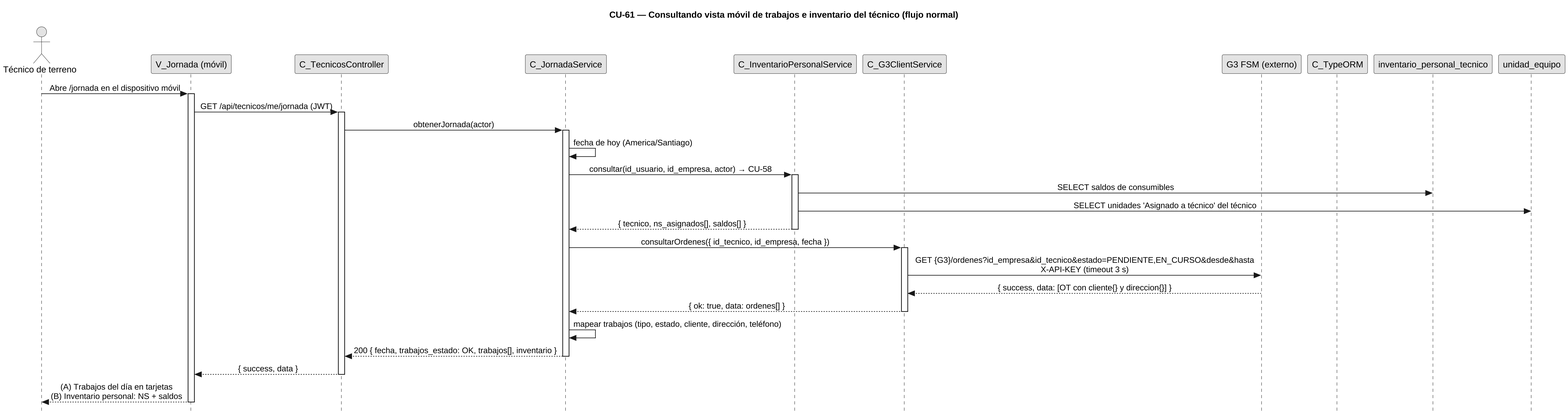
The PlantUML diagram diagramas/diagramas-secuencia/CU61/CU61-normal.png in FSM-Finet-y-Cable-Magico/Team_1-Inventario-y-Bodega, before a commit.
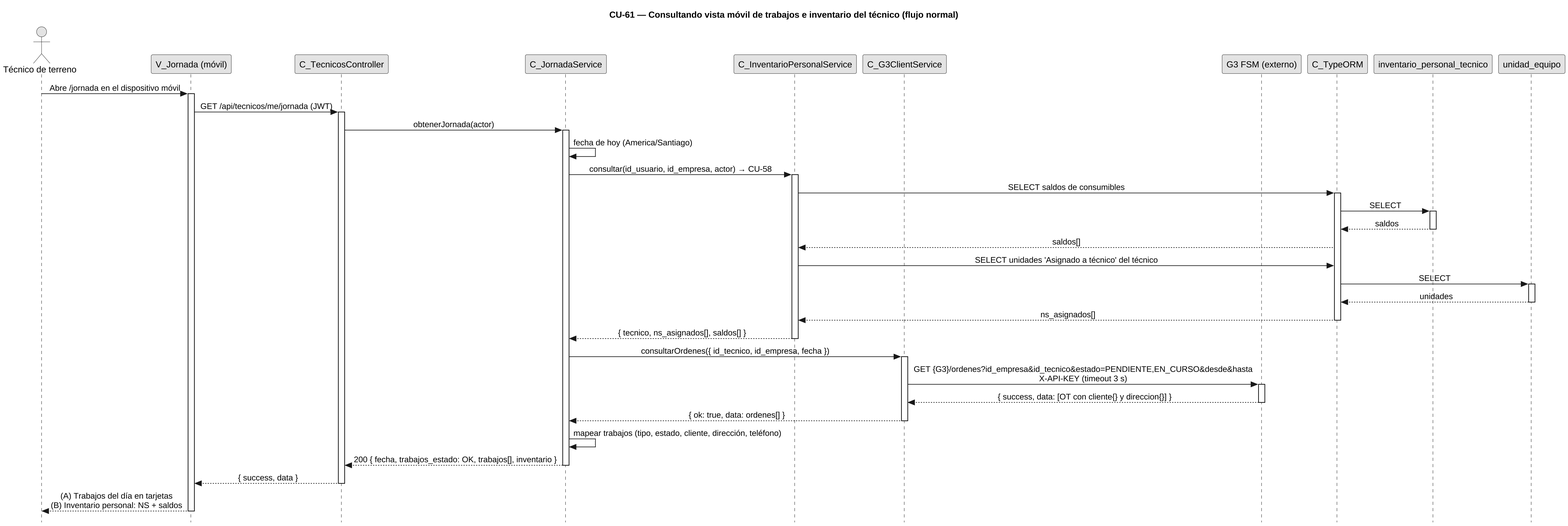
The same file after the commit.

The edit, as a diff of the source:
```diff
@@ -48,14 +48,28 @@
 svc -> svc : fecha de hoy (America/Santiago)
 svc -> ips : consultar(id_usuario, id_empresa, actor) → CU-58
 activate ips
-ips -> inv : SELECT saldos de consumibles
-ips -> uni : SELECT unidades 'Asignado a técnico' del técnico
+ips -> orm : SELECT saldos de consumibles
+activate orm
+orm -> inv : SELECT
+activate inv
+inv --> orm : saldos
+deactivate inv
+orm --> ips : saldos[]
+ips -> orm : SELECT unidades 'Asignado a técnico' del técnico
+orm -> uni : SELECT
+activate uni
+uni --> orm : unidades
+deactivate uni
+orm --> ips : ns_asignados[]
+deactivate orm
 ips --> svc : { tecnico, ns_asignados[], saldos[] }
 deactivate ips
 svc -> g3 : consultarOrdenes({ id_tecnico, id_empresa, fecha })
 activate g3
 g3 -> g3api : GET {G3}/ordenes?id_empresa&id_tecnico&estado=PENDIENTE,EN_CURSO&desde&hasta\nX-API-KEY (timeout 3 s)
+activate g3api
 g3api --> g3 : { success, data: [OT con cliente{} y direccion{}] }
+deactivate g3api
 g3 --> svc : { ok: true, data: ordenes[] }
 deactivate g3
 svc -> svc : mapear trabajos (tipo, estado, cliente, dirección, teléfono)
```
